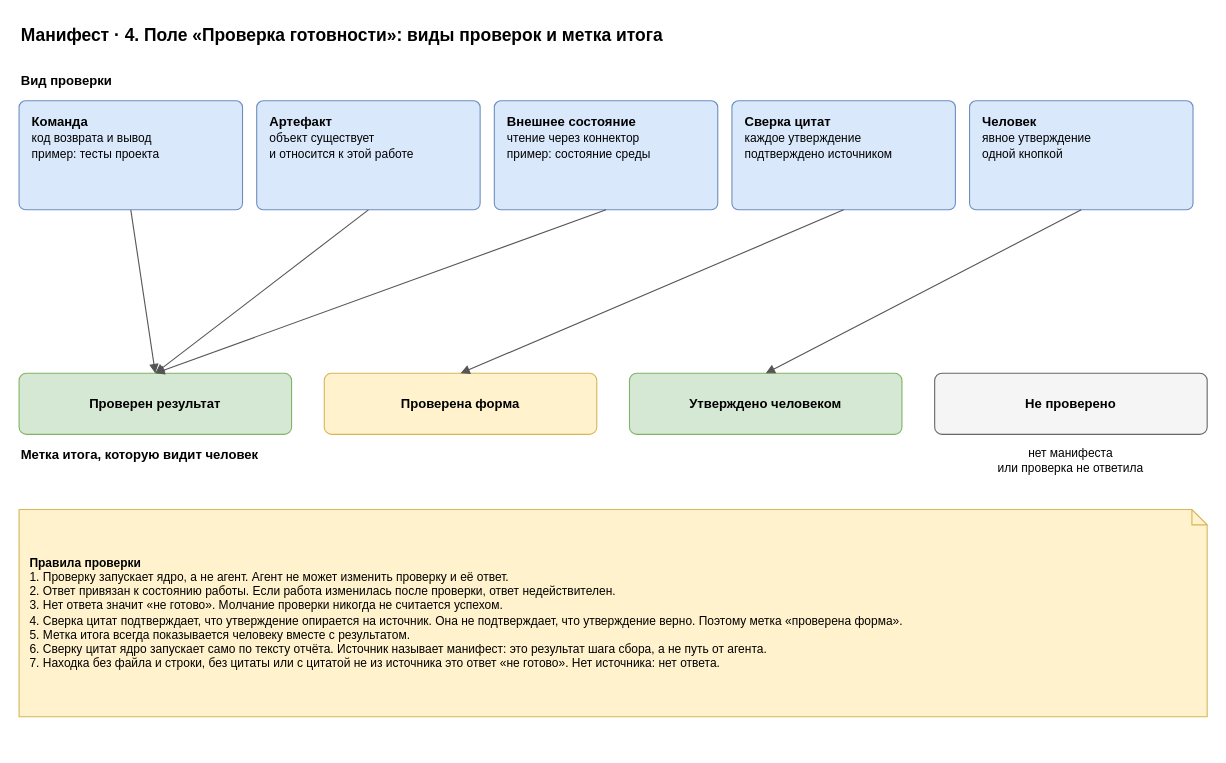
Before: page "4. Проверка готовности" (4 of 7) of docs/spec/harness-manifest.drawio in roygkov/reins, a draw.io diagram. Source tidied: cells renumbered, new cells numbered last; positions are measured from the earlier drawing's top-left corner, leaving out a move shared by most shapes. Both pictures are drawn from the tidied source at 109%, with x=0, y=0 at pixel (19, 19).
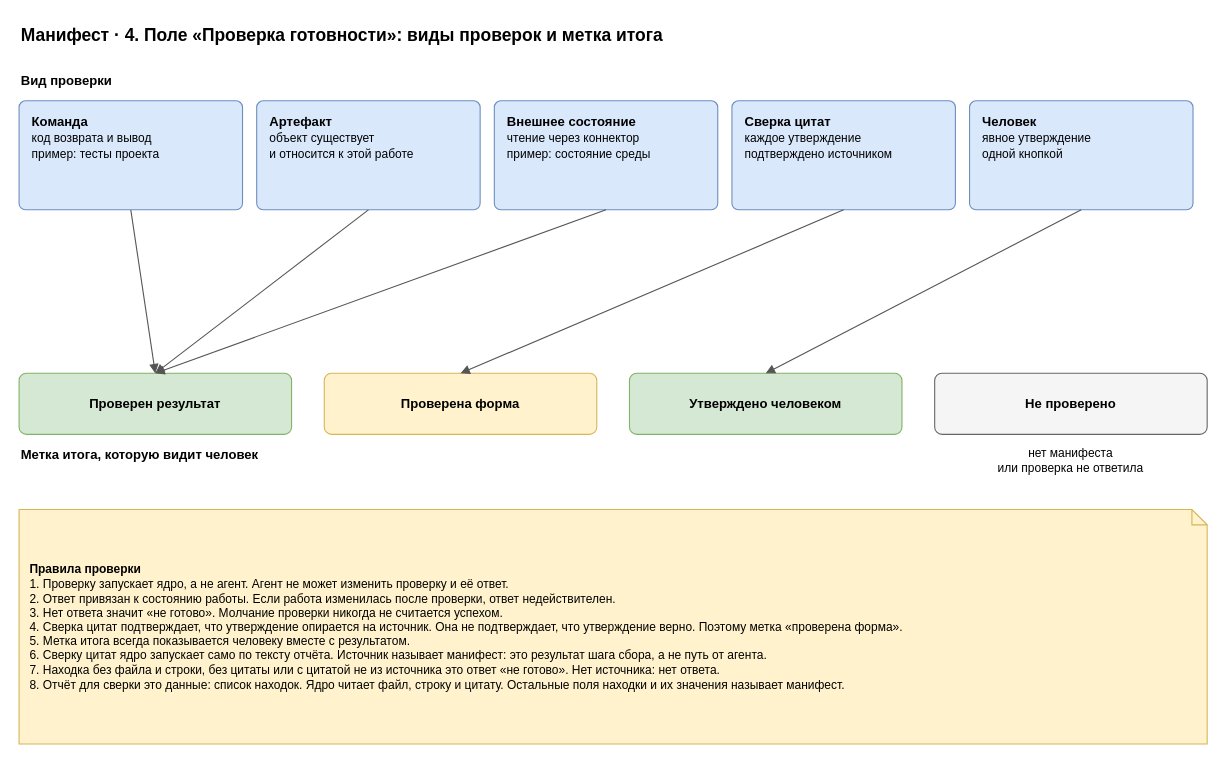
The same page after the edit.

What changed in the source:
```diff
@@
-    <mxCell id="20" value="&lt;b&gt;Правила проверки&lt;/b&gt;&lt;br&gt;1. Проверку запускает ядро, а не агент. Агент не может изменить проверку и её ответ.&lt;br&gt;2. Ответ привязан к состоянию работы. Если работа изменилась после проверки, ответ недействителен.&lt;br&gt;3. Нет ответа значит «не готово». Молчание проверки никогда не считается успехом.&lt;br&gt;4. Сверка цитат подтверждает, что утверждение опирается на источник. Она не подтверждает, что утверждение верно. Поэтому метка «проверена форма».&lt;br&gt;5. Метка итога всегда показывается человеку вместе с результатом.&lt;br&gt;6. Сверку цитат ядро запускает само по тексту отчёта. Источник называет манифест: это результат шага сбора, а не путь от агента.&lt;br&gt;7. Находка без файла и строки, без цитаты или с цитатой не из источника это ответ «не готово». Нет источника: нет ответа." style="shape=note;whiteSpace=wrap;html=1;backgroundOutline=1;size=14;fillColor=#fff2cc;strokeColor=#d6b656;align=left;spacingLeft=8;spacingRight=8;fontSize=11;" parent="1" vertex="1">
-      <mxGeometry y="450" width="1090" height="190" as="geometry" />
+    <mxCell id="20" value="&lt;b&gt;Правила проверки&lt;/b&gt;&lt;br&gt;1. Проверку запускает ядро, а не агент. Агент не может изменить проверку и её ответ.&lt;br&gt;2. Ответ привязан к состоянию работы. Если работа изменилась после проверки, ответ недействителен.&lt;br&gt;3. Нет ответа значит «не готово». Молчание проверки никогда не считается успехом.&lt;br&gt;4. Сверка цитат подтверждает, что утверждение опирается на источник. Она не подтверждает, что утверждение верно. Поэтому метка «проверена форма».&lt;br&gt;5. Метка итога всегда показывается человеку вместе с результатом.&lt;br&gt;6. Сверку цитат ядро запускает само по тексту отчёта. Источник называет манифест: это результат шага сбора, а не путь от агента.&lt;br&gt;7. Находка без файла и строки, без цитаты или с цитатой не из источника это ответ «не готово». Нет источника: нет ответа.&lt;br&gt;8. Отчёт для сверки это данные: список находок. Ядро читает файл, строку и цитату. Остальные поля находки и их значения называет манифест." style="shape=note;whiteSpace=wrap;html=1;backgroundOutline=1;size=14;fillColor=#fff2cc;strokeColor=#d6b656;align=left;spacingLeft=8;spacingRight=8;fontSize=11;" parent="1" vertex="1">
+      <mxGeometry y="450" width="1090" height="215" as="geometry" />
     </mxCell>
```
